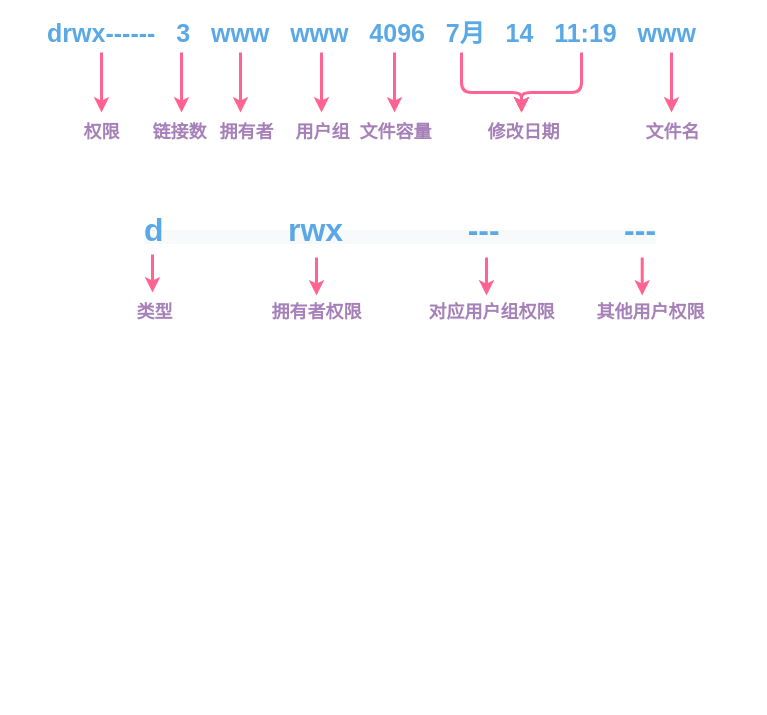
Before: Linux权限.drawio in C-wx/MindManager, a draw.io diagram. Source tidied: cells renumbered, new cells numbered last; positions are measured from the earlier drawing's top-left corner, leaving out a move shared by most shapes. Both pictures are drawn from the tidied source at 100%, with x=0, y=0 at pixel (41, 22).
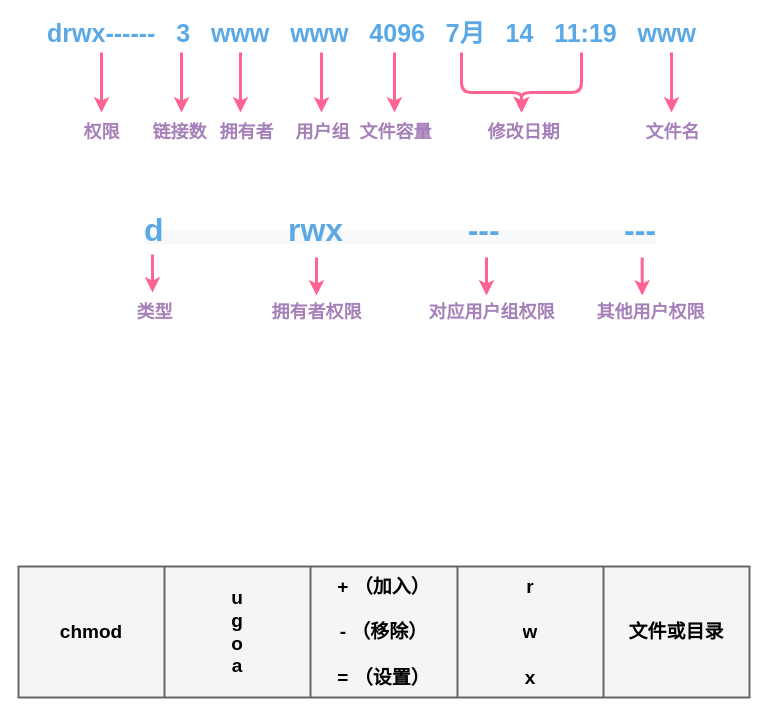
The same page after the edit.

Change to the diagram source:
```diff
@@
+    <mxCell id="28" style="shape=table;html=1;whiteSpace=wrap;startSize=0;childLayout=tableLayout;fontSize=19;fontStyle=1;strokeWidth=2;fillColor=#f5f5f5;strokeColor=#666666;fontColor=#333333;" parent="1" vertex="1">
+      <mxGeometry x="-23" y="544" width="731" height="131" as="geometry" />
+    </mxCell>
+    <mxCell id="29" style="shape=partialRectangle;html=1;whiteSpace=wrap;fillColor=none;top=0;left=0;bottom=0;right=0;fontSize=19;fontStyle=1;" parent="28" vertex="1">
+      <mxGeometry width="731" height="131" as="geometry" />
+    </mxCell>
+    <mxCell id="30" value="chmod" style="shape=partialRectangle;html=1;whiteSpace=wrap;overflow=hidden;fillColor=none;top=0;left=0;bottom=0;right=0;noLabel=0;backgroundOutline=0;fontSize=19;fontStyle=1;" parent="29" vertex="1">
+      <mxGeometry width="146" height="131" as="geometry" />
+    </mxCell>
+    <mxCell id="31" value="u&lt;br style=&quot;font-size: 19px&quot;&gt;g&lt;br style=&quot;font-size: 19px&quot;&gt;o&lt;br style=&quot;font-size: 19px&quot;&gt;a" style="shape=partialRectangle;html=1;whiteSpace=wrap;overflow=hidden;fillColor=none;top=0;left=0;bottom=0;right=0;fontSize=19;fontStyle=1;" parent="29" vertex="1">
+      <mxGeometry x="146" width="146" height="131" as="geometry" />
+    </mxCell>
+    <mxCell id="32" value="+ （加入）&lt;br style=&quot;font-size: 19px;&quot;&gt;&lt;br style=&quot;font-size: 19px;&quot;&gt;- （移除）&lt;br style=&quot;font-size: 19px;&quot;&gt;&lt;br style=&quot;font-size: 19px;&quot;&gt;= （设置）" style="shape=partialRectangle;html=1;whiteSpace=wrap;overflow=hidden;fillColor=none;top=0;left=0;bottom=0;right=0;fontSize=19;fontStyle=1;" parent="29" vertex="1">
+      <mxGeometry x="292" width="147" height="131" as="geometry" />
+    </mxCell>
+    <mxCell id="33" value="r&lt;br style=&quot;font-size: 19px;&quot;&gt;&lt;br style=&quot;font-size: 19px;&quot;&gt;w&lt;br style=&quot;font-size: 19px;&quot;&gt;&lt;br style=&quot;font-size: 19px;&quot;&gt;x" style="shape=partialRectangle;html=1;whiteSpace=wrap;overflow=hidden;fillColor=none;top=0;left=0;bottom=0;right=0;fontSize=19;fontStyle=1;" parent="29" vertex="1">
+      <mxGeometry x="439" width="146" height="131" as="geometry" />
+    </mxCell>
+    <mxCell id="34" value="文件或目录" style="shape=partialRectangle;html=1;whiteSpace=wrap;overflow=hidden;fillColor=none;top=0;left=0;bottom=0;right=0;fontSize=19;fontStyle=1;" parent="29" vertex="1">
+      <mxGeometry x="585" width="146" height="131" as="geometry" />
+    </mxCell>
```
